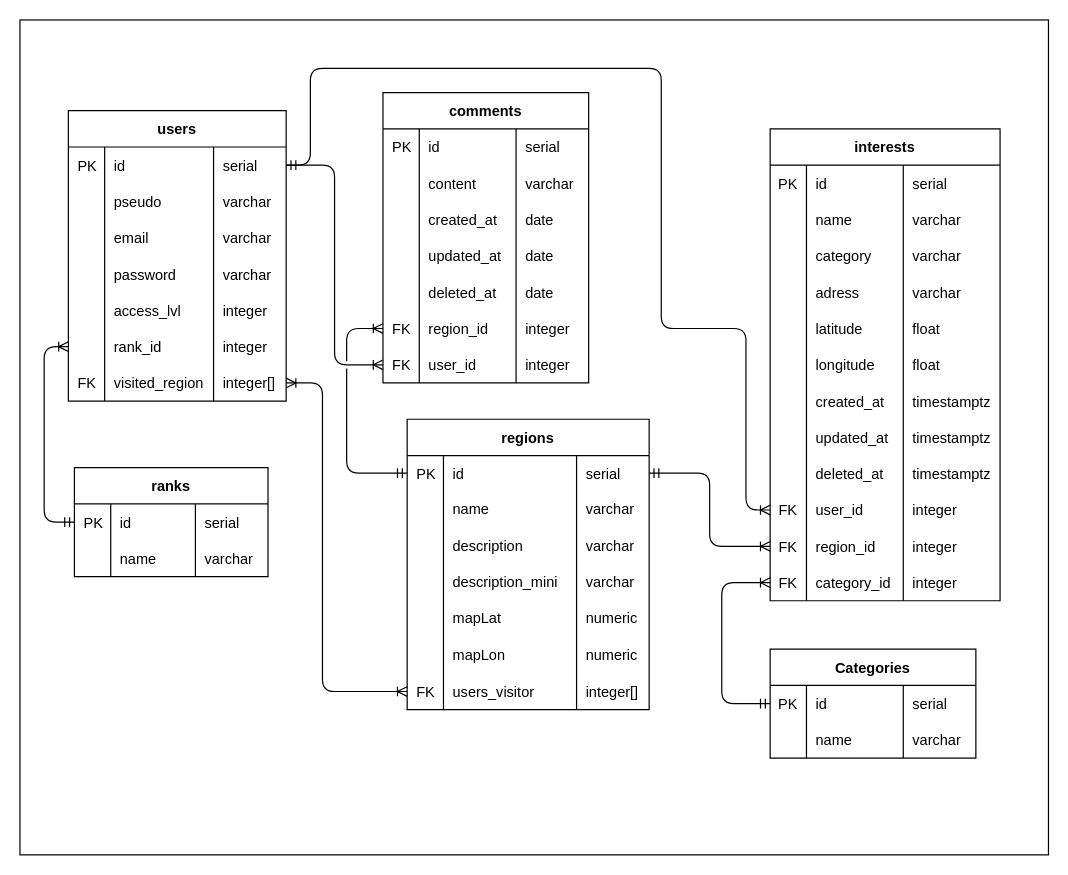
The draw.io diagram conception/ERD.drawio in kevinbatard/japan_back, before the edit. Source tidied: cells renumbered, new cells numbered last; positions are measured from the earlier drawing's top-left corner, leaving out a move shared by most shapes. Both pictures are drawn from the tidied source at 121%, with x=0, y=0 at pixel (19, 19).
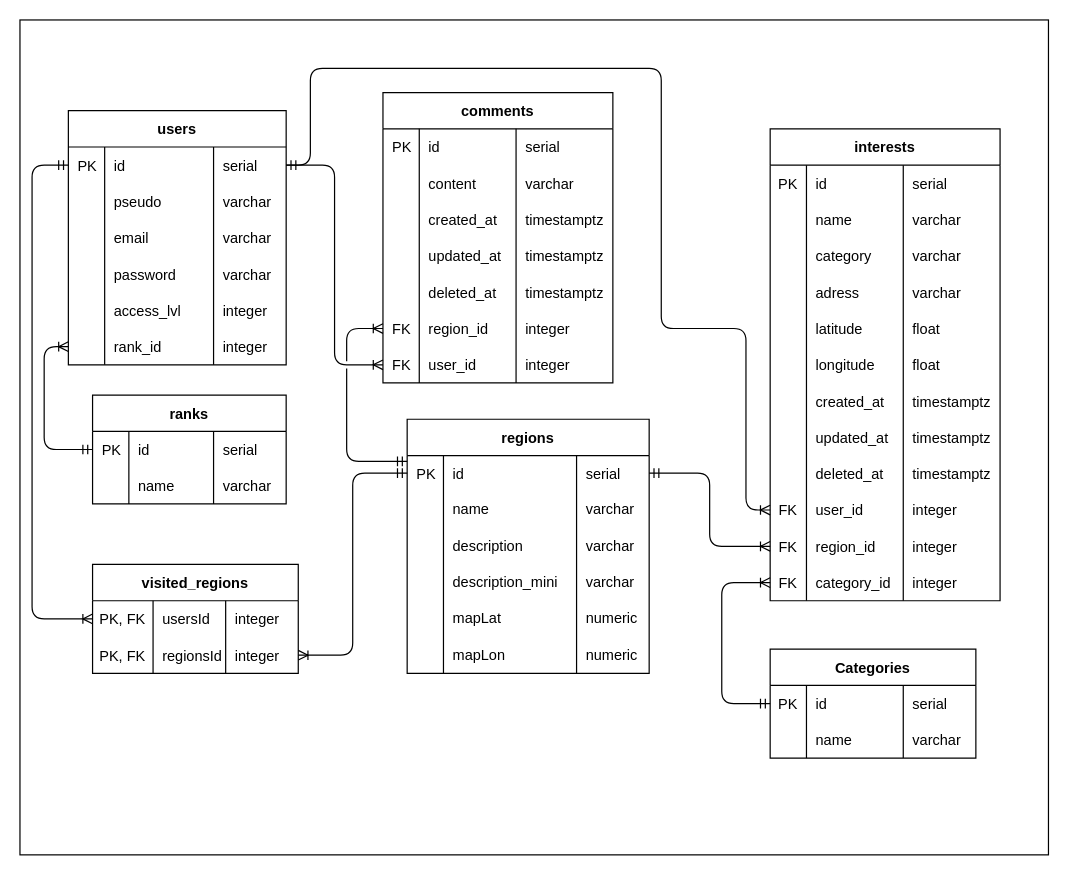
The same page after the edit.

Unchanged cells that the change refers to:
```xml
<mxCell id="24" style="shape=tableRow;horizontal=0;startSize=0;swimlaneHead=0;swimlaneBody=0;fillColor=none;points=[[0,0.5],[1,0.5]];portConstraint=eastwest;top=0;left=0;right=0;bottom=0;" parent="3" vertex="1">
  <mxGeometry y="180" width="180" height="30" as="geometry" />
</mxCell>
<mxCell id="33" style="shape=tableRow;horizontal=0;startSize=0;swimlaneHead=0;swimlaneBody=0;fillColor=none;points=[[0,0.5],[1,0.5]];portConstraint=eastwest;top=0;left=0;right=0;bottom=0;" parent="32" vertex="1">
  <mxGeometry y="30" width="200" height="29" as="geometry" />
</mxCell>
<mxCell id="91" style="shape=tableRow;horizontal=0;startSize=0;swimlaneHead=0;swimlaneBody=0;fillColor=none;points=[[0,0.5],[1,0.5]];portConstraint=eastwest;top=0;left=0;right=0;bottom=0;" parent="90" vertex="1">
  <mxGeometry y="30" width="160" height="30" as="geometry" />
</mxCell>
```

What changed in the source:
```diff
@@
     <mxCell id="3" value="users" style="shape=table;startSize=30;childLayout=tableLayout;rowLines=0;fontStyle=1;align=center;" parent="1" vertex="1">
-      <mxGeometry x="40" y="75" width="180" height="240" as="geometry" />
+      <mxGeometry x="40" y="75" width="180" height="210" as="geometry" />
     </mxCell>
@@
-    <mxCell id="28" style="shape=tableRow;horizontal=0;startSize=0;swimlaneHead=0;swimlaneBody=0;fillColor=none;points=[[0,0.5],[1,0.5]];portConstraint=eastwest;top=0;left=0;right=0;bottom=0;" parent="3" vertex="1">
-      <mxGeometry y="210" width="180" height="30" as="geometry" />
-    </mxCell>
-    <mxCell id="29" value="FK" style="shape=partialRectangle;fillColor=none;top=0;left=0;bottom=0;right=0;align=left;spacingLeft=6;overflow=hidden;" parent="28" vertex="1">
-      <mxGeometry width="30" height="30" as="geometry" />
-    </mxCell>
-    <mxCell id="30" value="visited_region" style="shape=partialRectangle;fillColor=none;top=0;left=0;bottom=0;right=0;align=left;spacingLeft=6;overflow=hidden;" parent="28" vertex="1">
-      <mxGeometry x="30" width="90" height="30" as="geometry" />
-    </mxCell>
-    <mxCell id="31" value="integer[]" style="shape=partialRectangle;fillColor=none;top=0;left=0;bottom=0;right=0;align=left;spacingLeft=6;overflow=hidden;" parent="28" vertex="1">
-      <mxGeometry x="120" width="60" height="30" as="geometry" />
-    </mxCell>
     <mxCell id="32" value="regions" style="shape=table;startSize=30;childLayout=tableLayout;rowLines=0;fontStyle=1;align=center;" parent="1" vertex="1">
-      <mxGeometry x="320" y="330" width="200" height="240" as="geometry" />
+      <mxGeometry x="320" y="330" width="200" height="210" as="geometry" />
     </mxCell>
@@
-    <mxCell id="57" style="shape=tableRow;horizontal=0;startSize=0;swimlaneHead=0;swimlaneBody=0;fillColor=none;points=[[0,0.5],[1,0.5]];portConstraint=eastwest;top=0;left=0;right=0;bottom=0;" parent="32" vertex="1">
-      <mxGeometry y="210" width="200" height="30" as="geometry" />
-    </mxCell>
-    <mxCell id="58" value="FK" style="shape=partialRectangle;fillColor=none;top=0;left=0;bottom=0;right=0;align=left;spacingLeft=6;overflow=hidden;" parent="57" vertex="1">
-      <mxGeometry width="30" height="30" as="geometry" />
-    </mxCell>
-    <mxCell id="59" value="users_visitor" style="shape=partialRectangle;fillColor=none;top=0;left=0;bottom=0;right=0;align=left;spacingLeft=6;overflow=hidden;" parent="57" vertex="1">
-      <mxGeometry x="30" width="110" height="30" as="geometry" />
-    </mxCell>
-    <mxCell id="60" value="integer[]" style="shape=partialRectangle;fillColor=none;top=0;left=0;bottom=0;right=0;align=left;spacingLeft=6;overflow=hidden;" parent="57" vertex="1">
-      <mxGeometry x="140" width="60" height="30" as="geometry" />
-    </mxCell>
     <mxCell id="61" value="comments" style="shape=table;startSize=30;childLayout=tableLayout;rowLines=0;fontStyle=1;align=center;" parent="1" vertex="1">
-      <mxGeometry x="300" y="60" width="170" height="240" as="geometry" />
+      <mxGeometry x="300" y="60" width="190" height="240" as="geometry" />
     </mxCell>
     <mxCell id="62" style="shape=tableRow;horizontal=0;startSize=0;swimlaneHead=0;swimlaneBody=0;fillColor=none;top=0;left=0;right=0;bottom=0;" parent="61" vertex="1">
-      <mxGeometry y="30" width="170" height="30" as="geometry" />
+      <mxGeometry y="30" width="190" height="30" as="geometry" />
     </mxCell>
@@
     <mxCell id="65" value="serial" style="shape=partialRectangle;fillColor=none;top=0;left=0;bottom=0;right=0;align=left;spacingLeft=6;overflow=hidden;" parent="62" vertex="1">
-      <mxGeometry x="110" width="60" height="30" as="geometry" />
+      <mxGeometry x="110" width="80" height="30" as="geometry" />
     </mxCell>
     <mxCell id="66" style="shape=tableRow;horizontal=0;startSize=0;swimlaneHead=0;swimlaneBody=0;fillColor=none;top=0;left=0;right=0;bottom=0;" parent="61" vertex="1">
-      <mxGeometry y="60" width="170" height="30" as="geometry" />
+      <mxGeometry y="60" width="190" height="30" as="geometry" />
     </mxCell>
@@
     <mxCell id="69" value="varchar" style="shape=partialRectangle;fillColor=none;top=0;left=0;bottom=0;right=0;align=left;spacingLeft=6;overflow=hidden;" parent="66" vertex="1">
-      <mxGeometry x="110" width="60" height="30" as="geometry" />
+      <mxGeometry x="110" width="80" height="30" as="geometry" />
     </mxCell>
     <mxCell id="70" style="shape=tableRow;horizontal=0;startSize=0;swimlaneHead=0;swimlaneBody=0;fillColor=none;top=0;left=0;right=0;bottom=0;" parent="61" vertex="1">
-      <mxGeometry y="90" width="170" height="30" as="geometry" />
+      <mxGeometry y="90" width="190" height="30" as="geometry" />
     </mxCell>
@@
-    <mxCell id="73" value="date" style="shape=partialRectangle;fillColor=none;top=0;left=0;bottom=0;right=0;align=left;spacingLeft=6;overflow=hidden;" parent="70" vertex="1">
-      <mxGeometry x="110" width="60" height="30" as="geometry" />
+    <mxCell id="73" value="timestamptz" style="shape=partialRectangle;fillColor=none;top=0;left=0;bottom=0;right=0;align=left;spacingLeft=6;overflow=hidden;" parent="70" vertex="1">
+      <mxGeometry x="110" width="80" height="30" as="geometry" />
     </mxCell>
     <mxCell id="74" style="shape=tableRow;horizontal=0;startSize=0;swimlaneHead=0;swimlaneBody=0;fillColor=none;top=0;left=0;right=0;bottom=0;" parent="61" vertex="1">
-      <mxGeometry y="120" width="170" height="30" as="geometry" />
+      <mxGeometry y="120" width="190" height="30" as="geometry" />
     </mxCell>
@@
-    <mxCell id="77" value="date" style="shape=partialRectangle;fillColor=none;top=0;left=0;bottom=0;right=0;align=left;spacingLeft=6;overflow=hidden;" parent="74" vertex="1">
-      <mxGeometry x="110" width="60" height="30" as="geometry" />
+    <mxCell id="77" value="timestamptz" style="shape=partialRectangle;fillColor=none;top=0;left=0;bottom=0;right=0;align=left;spacingLeft=6;overflow=hidden;" parent="74" vertex="1">
+      <mxGeometry x="110" width="80" height="30" as="geometry" />
     </mxCell>
     <mxCell id="78" style="shape=tableRow;horizontal=0;startSize=0;swimlaneHead=0;swimlaneBody=0;fillColor=none;top=0;left=0;right=0;bottom=0;" parent="61" vertex="1">
-      <mxGeometry y="150" width="170" height="30" as="geometry" />
+      <mxGeometry y="150" width="190" height="30" as="geometry" />
     </mxCell>
@@
-    <mxCell id="81" value="date" style="shape=partialRectangle;fillColor=none;top=0;left=0;bottom=0;right=0;align=left;spacingLeft=6;overflow=hidden;" parent="78" vertex="1">
-      <mxGeometry x="110" width="60" height="30" as="geometry" />
+    <mxCell id="81" value="timestamptz" style="shape=partialRectangle;fillColor=none;top=0;left=0;bottom=0;right=0;align=left;spacingLeft=6;overflow=hidden;" parent="78" vertex="1">
+      <mxGeometry x="110" width="80" height="30" as="geometry" />
     </mxCell>
     <mxCell id="82" style="shape=tableRow;horizontal=0;startSize=0;swimlaneHead=0;swimlaneBody=0;fillColor=none;points=[[0,0.5],[1,0.5]];portConstraint=eastwest;top=0;left=0;right=0;bottom=0;" parent="61" vertex="1">
-      <mxGeometry y="180" width="170" height="30" as="geometry" />
+      <mxGeometry y="180" width="190" height="30" as="geometry" />
     </mxCell>
@@
     <mxCell id="85" value="integer" style="shape=partialRectangle;fillColor=none;top=0;left=0;bottom=0;right=0;align=left;spacingLeft=6;overflow=hidden;" parent="82" vertex="1">
-      <mxGeometry x="110" width="60" height="30" as="geometry" />
+      <mxGeometry x="110" width="80" height="30" as="geometry" />
     </mxCell>
     <mxCell id="86" style="shape=tableRow;horizontal=0;startSize=0;swimlaneHead=0;swimlaneBody=0;fillColor=none;points=[[0,0.5],[1,0.5]];portConstraint=eastwest;top=0;left=0;right=0;bottom=0;" parent="61" vertex="1">
-      <mxGeometry y="210" width="170" height="30" as="geometry" />
+      <mxGeometry y="210" width="190" height="30" as="geometry" />
     </mxCell>
@@
     <mxCell id="89" value="integer" style="shape=partialRectangle;fillColor=none;top=0;left=0;bottom=0;right=0;align=left;spacingLeft=6;overflow=hidden;" parent="86" vertex="1">
-      <mxGeometry x="110" width="60" height="30" as="geometry" />
+      <mxGeometry x="110" width="80" height="30" as="geometry" />
     </mxCell>
     <mxCell id="90" value="ranks" style="shape=table;startSize=30;childLayout=tableLayout;rowLines=0;fontStyle=1;align=center;" parent="1" vertex="1">
-      <mxGeometry x="45" y="370" width="160" height="90" as="geometry" />
+      <mxGeometry x="60" y="310" width="160" height="90" as="geometry" />
     </mxCell>
@@
-    <mxCell id="100" style="edgeStyle=orthogonalEdgeStyle;fontSize=12;html=1;endArrow=ERoneToMany;startArrow=ERmandOne;entryX=0;entryY=0.5;entryDx=0;entryDy=0;startFill=0;exitX=0;exitY=0.5;exitDx=0;exitDy=0;shadow=0;jumpStyle=gap;endFill=0;" parent="1" edge="1" source="33" target="82">
+    <mxCell id="100" style="edgeStyle=orthogonalEdgeStyle;fontSize=12;html=1;endArrow=ERoneToMany;startArrow=ERmandOne;entryX=0;entryY=0.5;entryDx=0;entryDy=0;startFill=0;exitX=0;exitY=0.166;exitDx=0;exitDy=0;shadow=0;jumpStyle=gap;endFill=0;exitPerimeter=0;" parent="1" edge="1" source="33" target="82">
       <mxGeometry relative="1" as="geometry">
         <Array as="points">
-          <mxPoint x="270" y="375" />
+          <mxPoint x="270" y="365" />
           <mxPoint x="270" y="255" />
         </Array>
       </mxGeometry>
     </mxCell>
@@
     <mxCell id="152" style="fontSize=12;html=1;endArrow=ERoneToMany;startArrow=ERmandOne;entryX=0;entryY=0.5;entryDx=0;entryDy=0;startFill=0;edgeStyle=orthogonalEdgeStyle;endFill=0;exitX=0;exitY=0.5;exitDx=0;exitDy=0;" parent="1" edge="1" source="91" target="24">
       <mxGeometry relative="1" as="geometry">
         <Array as="points">
-          <mxPoint x="20" y="415" />
+          <mxPoint x="20" y="355" />
           <mxPoint x="20" y="270" />
         </Array>
       </mxGeometry>
     </mxCell>
-    <mxCell id="153" style="edgeStyle=orthogonalEdgeStyle;fontSize=12;html=1;endArrow=ERoneToMany;startArrow=ERoneToMany;jumpStyle=gap;exitX=1;exitY=0.5;exitDx=0;exitDy=0;entryX=0;entryY=0.5;entryDx=0;entryDy=0;" parent="1" edge="1" source="28" target="57">
-      <mxGeometry relative="1" as="geometry">
-        <Array as="points">
-          <mxPoint x="250" y="300" />
-          <mxPoint x="250" y="555" />
-        </Array>
-      </mxGeometry>
-    </mxCell>
@@
+    <mxCell id="164" value="visited_regions" style="shape=table;startSize=30;childLayout=tableLayout;rowLines=0;fontStyle=1;align=center;" parent="1" vertex="1">
+      <mxGeometry x="60" y="450" width="170" height="90" as="geometry" />
+    </mxCell>
+    <mxCell id="165" style="shape=tableRow;horizontal=0;startSize=0;swimlaneHead=0;swimlaneBody=0;fillColor=none;points=[[0,0.5],[1,0.5]];portConstraint=eastwest;top=0;left=0;right=0;bottom=0;" parent="164" vertex="1">
+      <mxGeometry y="30" width="170" height="30" as="geometry" />
+    </mxCell>
+    <mxCell id="166" value="PK, FK" style="shape=partialRectangle;fillColor=none;top=0;left=0;bottom=0;right=0;overflow=hidden;" parent="165" vertex="1">
+      <mxGeometry width="50" height="30" as="geometry" />
+    </mxCell>
+    <mxCell id="167" value="usersId" style="shape=partialRectangle;fillColor=none;top=0;left=0;bottom=0;right=0;align=left;spacingLeft=6;overflow=hidden;" parent="165" vertex="1">
+      <mxGeometry x="50" width="60" height="30" as="geometry" />
+    </mxCell>
+    <mxCell id="168" value="integer" style="shape=partialRectangle;fillColor=none;top=0;left=0;bottom=0;right=0;align=left;spacingLeft=6;overflow=hidden;" parent="165" vertex="1">
+      <mxGeometry x="110" width="60" height="30" as="geometry" />
+    </mxCell>
+    <mxCell id="169" style="shape=tableRow;horizontal=0;startSize=0;swimlaneHead=0;swimlaneBody=0;fillColor=none;points=[[0,0.5],[1,0.5]];portConstraint=eastwest;top=0;left=0;right=0;bottom=0;" parent="164" vertex="1">
+      <mxGeometry y="60" width="170" height="30" as="geometry" />
+    </mxCell>
+    <mxCell id="170" value="PK, FK" style="shape=partialRectangle;fillColor=none;top=0;left=0;bottom=0;right=0;overflow=hidden;" parent="169" vertex="1">
+      <mxGeometry width="50" height="30" as="geometry" />
+    </mxCell>
+    <mxCell id="171" value="regionsId" style="shape=partialRectangle;fillColor=none;top=0;left=0;bottom=0;right=0;align=left;spacingLeft=6;overflow=hidden;" parent="169" vertex="1">
+      <mxGeometry x="50" width="60" height="30" as="geometry" />
+    </mxCell>
+    <mxCell id="172" value="integer" style="shape=partialRectangle;fillColor=none;top=0;left=0;bottom=0;right=0;align=left;spacingLeft=6;overflow=hidden;" parent="169" vertex="1">
+      <mxGeometry x="110" width="60" height="30" as="geometry" />
+    </mxCell>
+    <mxCell id="173" style="edgeStyle=orthogonalEdgeStyle;fontSize=12;html=1;endArrow=ERoneToMany;startArrow=ERmandOne;entryX=1;entryY=0.5;entryDx=0;entryDy=0;exitX=0;exitY=0.5;exitDx=0;exitDy=0;" parent="1" edge="1" source="33" target="169">
+      <mxGeometry relative="1" as="geometry" />
+    </mxCell>
+    <mxCell id="174" style="edgeStyle=orthogonalEdgeStyle;fontSize=12;html=1;endArrow=ERoneToMany;startArrow=ERmandOne;entryX=0;entryY=0.5;entryDx=0;entryDy=0;" parent="1" edge="1" target="165">
+      <mxGeometry relative="1" as="geometry">
+        <mxPoint x="40" y="120" as="sourcePoint" />
+        <Array as="points">
+          <mxPoint x="10" y="120" />
+          <mxPoint x="10" y="495" />
+        </Array>
+      </mxGeometry>
+    </mxCell>
```
